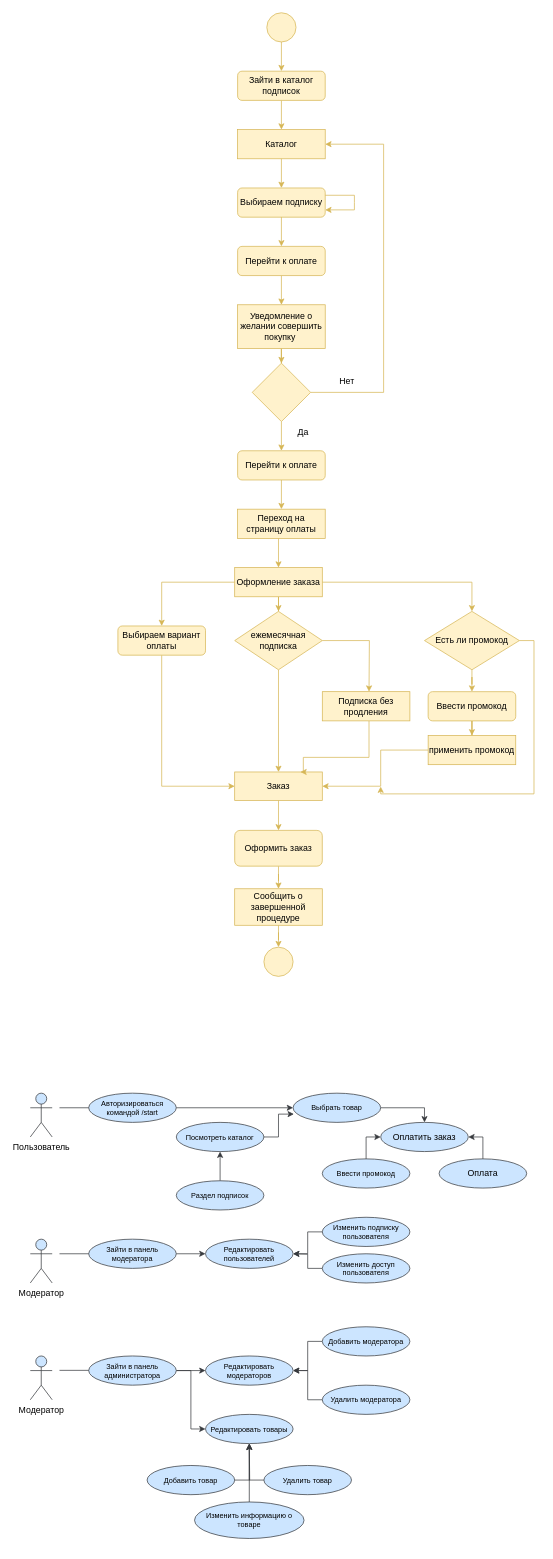
Earlier version of the draw.io diagram Диаграмма без названия.drawio (firocore/letai-diagram). Source tidied: cells renumbered, new cells numbered last; positions are measured from the earlier drawing's top-left corner, leaving out a move shared by most shapes. Both pictures are drawn from the tidied source at 73%, with x=0, y=0 at pixel (30, 12).
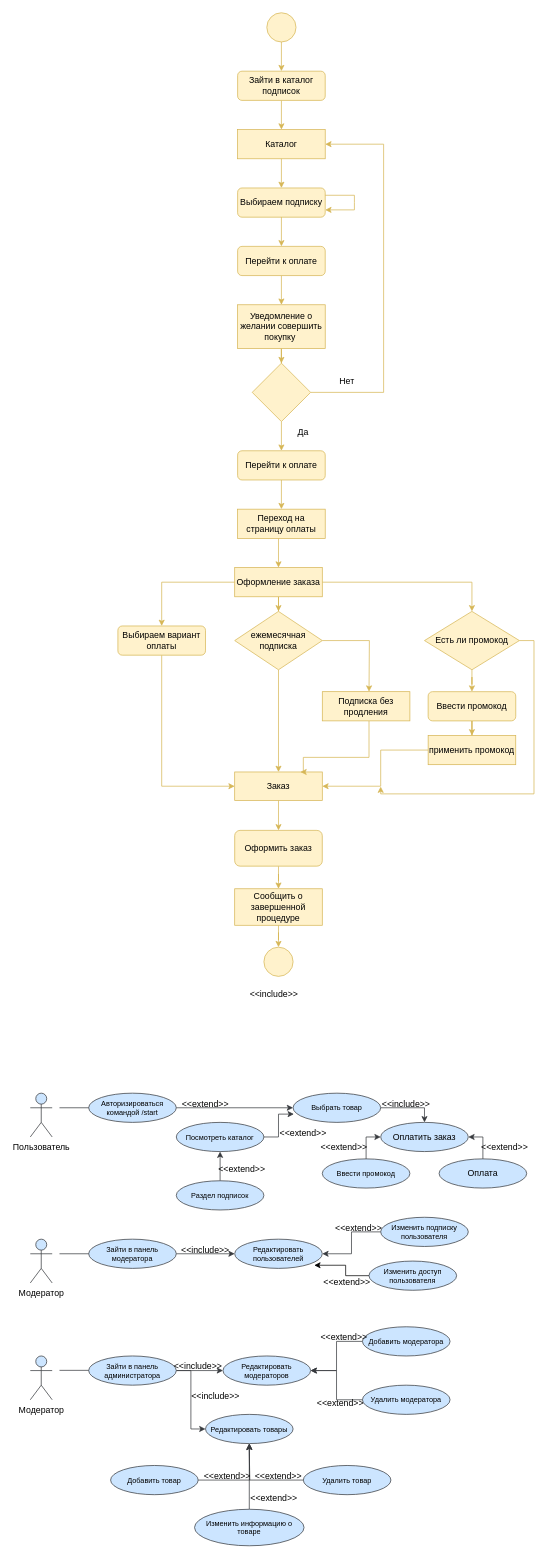
Above is the later version.

What changed in the source:
```diff
@@
     <mxCell id="68" value="Редактировать пользователей" style="ellipse;whiteSpace=wrap;html=1;fontSize=10;fillColor=#cce5ff;strokeColor=#36393d;" parent="1" vertex="1">
-      <mxGeometry x="240" y="1680" width="120" height="40" as="geometry" />
+      <mxGeometry x="280" y="1680" width="120" height="40" as="geometry" />
     </mxCell>
@@
     <mxCell id="70" value="Изменить подписку пользователя" style="ellipse;whiteSpace=wrap;html=1;fontSize=10;fillColor=#cce5ff;strokeColor=#36393d;" parent="1" vertex="1">
-      <mxGeometry x="400" y="1650" width="120" height="40" as="geometry" />
+      <mxGeometry x="480" y="1650" width="120" height="40" as="geometry" />
     </mxCell>
-    <mxCell id="71" style="edgeStyle=orthogonalEdgeStyle;rounded=0;jettySize=auto;html=1;fillColor=#cce5ff;strokeColor=#36393d;" parent="1" edge="1" source="72">
-      <mxGeometry relative="1" as="geometry">
-        <mxPoint x="360" y="1700" as="targetPoint" />
-      </mxGeometry>
-    </mxCell>
+    <mxCell id="90" style="edgeStyle=orthogonalEdgeStyle;rounded=0;jettySize=auto;html=1;entryX=0.908;entryY=0.893;entryDx=0;entryDy=0;entryPerimeter=0;" parent="1" edge="1" source="72" target="68">
+      <mxGeometry relative="1" as="geometry" />
+    </mxCell>
     <mxCell id="72" value="Изменить доступ пользователя" style="ellipse;whiteSpace=wrap;html=1;fontSize=10;fillColor=#cce5ff;strokeColor=#36393d;" parent="1" vertex="1">
-      <mxGeometry x="400" y="1700" width="120" height="40" as="geometry" />
+      <mxGeometry x="464" y="1710" width="120" height="40" as="geometry" />
     </mxCell>
@@
     <mxCell id="77" value="Редактировать модераторов" style="ellipse;whiteSpace=wrap;html=1;fontSize=10;fillColor=#cce5ff;strokeColor=#36393d;" parent="1" vertex="1">
-      <mxGeometry x="240" y="1840" width="120" height="40" as="geometry" />
+      <mxGeometry x="264" y="1840" width="120" height="40" as="geometry" />
     </mxCell>
@@
     <mxCell id="79" value="Добавить модератора" style="ellipse;whiteSpace=wrap;html=1;fontSize=10;fillColor=#cce5ff;strokeColor=#36393d;" parent="1" vertex="1">
-      <mxGeometry x="400" y="1800" width="120" height="40" as="geometry" />
+      <mxGeometry x="455" y="1800" width="120" height="40" as="geometry" />
     </mxCell>
@@
     <mxCell id="81" value="Удалить модератора" style="ellipse;whiteSpace=wrap;html=1;fontSize=10;fillColor=#cce5ff;strokeColor=#36393d;" parent="1" vertex="1">
-      <mxGeometry x="400" y="1880" width="120" height="40" as="geometry" />
+      <mxGeometry x="455" y="1880" width="120" height="40" as="geometry" />
     </mxCell>
@@
     <mxCell id="85" value="Добавить товар" style="ellipse;whiteSpace=wrap;html=1;fontSize=10;fillColor=#cce5ff;strokeColor=#36393d;" parent="1" vertex="1">
-      <mxGeometry x="160" y="1990" width="120" height="40" as="geometry" />
+      <mxGeometry x="110" y="1990" width="120" height="40" as="geometry" />
     </mxCell>
@@
     <mxCell id="87" value="Удалить товар" style="ellipse;whiteSpace=wrap;html=1;fontSize=10;fillColor=#cce5ff;strokeColor=#36393d;" parent="1" vertex="1">
-      <mxGeometry x="320" y="1990" width="120" height="40" as="geometry" />
+      <mxGeometry x="374" y="1990" width="120" height="40" as="geometry" />
     </mxCell>
@@
     <mxCell id="89" value="Изменить информацию о товаре" style="ellipse;whiteSpace=wrap;html=1;fontSize=10;fillColor=#cce5ff;strokeColor=#36393d;" parent="1" vertex="1">
-      <mxGeometry x="225" y="2040" width="150" height="50" as="geometry" />
+      <mxGeometry x="225" y="2050" width="150" height="50" as="geometry" />
     </mxCell>
+    <mxCell id="91" value="&amp;lt;&amp;lt;extend&amp;gt;&amp;gt;" style="text;html=1;strokeColor=none;fillColor=none;align=center;verticalAlign=middle;whiteSpace=wrap;rounded=0;" parent="1" vertex="1">
+      <mxGeometry x="210" y="1480" width="60" height="30" as="geometry" />
+    </mxCell>
+    <mxCell id="92" value="&amp;lt;&amp;lt;extend&amp;gt;&amp;gt;" style="text;html=1;strokeColor=none;fillColor=none;align=center;verticalAlign=middle;whiteSpace=wrap;rounded=0;" parent="1" vertex="1">
+      <mxGeometry x="344" y="1520" width="60" height="30" as="geometry" />
+    </mxCell>
+    <mxCell id="93" value="&amp;lt;&amp;lt;extend&amp;gt;&amp;gt;" style="text;html=1;strokeColor=none;fillColor=none;align=center;verticalAlign=middle;whiteSpace=wrap;rounded=0;" parent="1" vertex="1">
+      <mxGeometry x="260" y="1570" width="60" height="30" as="geometry" />
+    </mxCell>
+    <mxCell id="94" value="&amp;lt;&amp;lt;include&amp;gt;&amp;gt;" style="text;html=1;strokeColor=none;fillColor=none;align=center;verticalAlign=middle;whiteSpace=wrap;rounded=0;" parent="1" vertex="1">
+      <mxGeometry x="485" y="1480" width="60" height="30" as="geometry" />
+    </mxCell>
+    <mxCell id="95" value="&amp;lt;&amp;lt;include&amp;gt;&amp;gt;" style="text;html=1;strokeColor=none;fillColor=none;align=center;verticalAlign=middle;whiteSpace=wrap;rounded=0;" parent="1" vertex="1">
+      <mxGeometry x="304" y="1330" width="60" height="30" as="geometry" />
+    </mxCell>
+    <mxCell id="96" value="&amp;lt;&amp;lt;extend&amp;gt;&amp;gt;" style="text;html=1;strokeColor=none;fillColor=none;align=center;verticalAlign=middle;whiteSpace=wrap;rounded=0;" parent="1" vertex="1">
+      <mxGeometry x="620" y="1540" width="60" height="30" as="geometry" />
+    </mxCell>
+    <mxCell id="97" value="&amp;lt;&amp;lt;extend&amp;gt;&amp;gt;" style="text;html=1;strokeColor=none;fillColor=none;align=center;verticalAlign=middle;whiteSpace=wrap;rounded=0;" parent="1" vertex="1">
+      <mxGeometry x="400" y="1540" width="60" height="30" as="geometry" />
+    </mxCell>
+    <mxCell id="98" value="&amp;lt;&amp;lt;extend&amp;gt;&amp;gt;" style="text;html=1;strokeColor=none;fillColor=none;align=center;verticalAlign=middle;whiteSpace=wrap;rounded=0;" parent="1" vertex="1">
+      <mxGeometry x="310" y="1990" width="60" height="30" as="geometry" />
+    </mxCell>
+    <mxCell id="99" value="&amp;lt;&amp;lt;extend&amp;gt;&amp;gt;" style="text;html=1;strokeColor=none;fillColor=none;align=center;verticalAlign=middle;whiteSpace=wrap;rounded=0;" parent="1" vertex="1">
+      <mxGeometry x="304" y="2020" width="60" height="30" as="geometry" />
+    </mxCell>
+    <mxCell id="100" value="&amp;lt;&amp;lt;extend&amp;gt;&amp;gt;" style="text;html=1;strokeColor=none;fillColor=none;align=center;verticalAlign=middle;whiteSpace=wrap;rounded=0;" parent="1" vertex="1">
+      <mxGeometry x="240" y="1990" width="60" height="30" as="geometry" />
+    </mxCell>
+    <mxCell id="101" value="&amp;lt;&amp;lt;include&amp;gt;&amp;gt;" style="text;html=1;strokeColor=none;fillColor=none;align=center;verticalAlign=middle;whiteSpace=wrap;rounded=0;" parent="1" vertex="1">
+      <mxGeometry x="200" y="1840" width="60" height="30" as="geometry" />
+    </mxCell>
+    <mxCell id="102" value="&amp;lt;&amp;lt;extend&amp;gt;&amp;gt;" style="text;html=1;strokeColor=none;fillColor=none;align=center;verticalAlign=middle;whiteSpace=wrap;rounded=0;" parent="1" vertex="1">
+      <mxGeometry x="395" y="1890" width="60" height="30" as="geometry" />
+    </mxCell>
+    <mxCell id="103" value="&amp;lt;&amp;lt;extend&amp;gt;&amp;gt;" style="text;html=1;strokeColor=none;fillColor=none;align=center;verticalAlign=middle;whiteSpace=wrap;rounded=0;" parent="1" vertex="1">
+      <mxGeometry x="400" y="1800" width="60" height="30" as="geometry" />
+    </mxCell>
+    <mxCell id="104" value="&amp;lt;&amp;lt;include&amp;gt;&amp;gt;" style="text;html=1;strokeColor=none;fillColor=none;align=center;verticalAlign=middle;whiteSpace=wrap;rounded=0;" parent="1" vertex="1">
+      <mxGeometry x="224" y="1880" width="60" height="30" as="geometry" />
+    </mxCell>
+    <mxCell id="105" value="&amp;lt;&amp;lt;include&amp;gt;&amp;gt;" style="text;html=1;strokeColor=none;fillColor=none;align=center;verticalAlign=middle;whiteSpace=wrap;rounded=0;" parent="1" vertex="1">
+      <mxGeometry x="210" y="1680" width="60" height="30" as="geometry" />
+    </mxCell>
+    <mxCell id="106" value="&amp;lt;&amp;lt;extend&amp;gt;&amp;gt;" style="text;html=1;strokeColor=none;fillColor=none;align=center;verticalAlign=middle;whiteSpace=wrap;rounded=0;" parent="1" vertex="1">
+      <mxGeometry x="420" y="1650" width="60" height="30" as="geometry" />
+    </mxCell>
+    <mxCell id="107" value="&amp;lt;&amp;lt;extend&amp;gt;&amp;gt;" style="text;html=1;strokeColor=none;fillColor=none;align=center;verticalAlign=middle;whiteSpace=wrap;rounded=0;" parent="1" vertex="1">
+      <mxGeometry x="404" y="1723.5" width="60" height="30" as="geometry" />
+    </mxCell>
```
